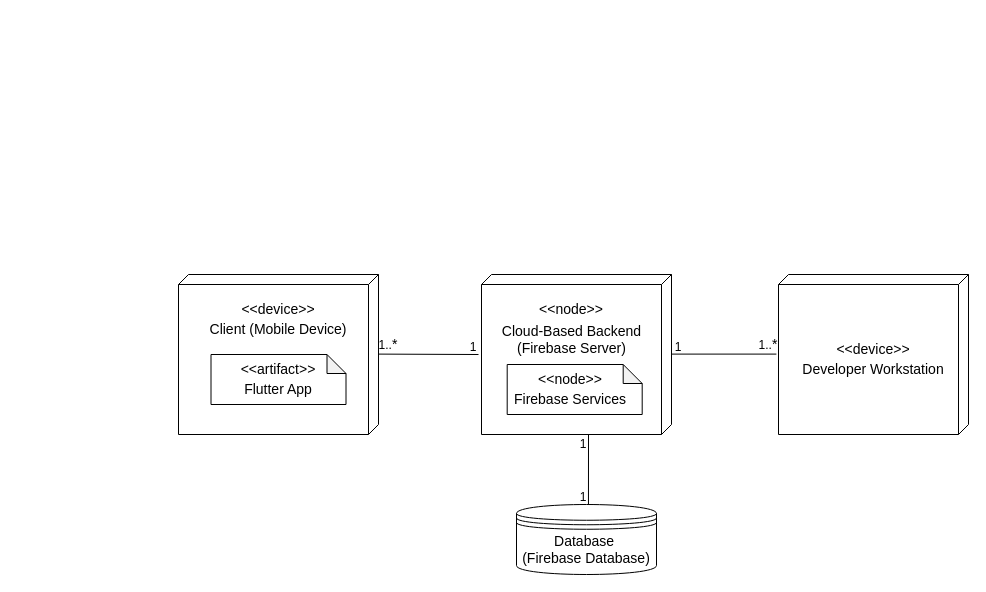
Above: docs/deploymentDiagram.drawio in TM-1-3/LearnVironment (draw.io), before the change. Source tidied: cells renumbered, new cells numbered last; positions are measured from the earlier drawing's top-left corner, leaving out a move shared by most shapes. Both pictures are drawn from the tidied source at 100%, with x=0, y=0 at pixel (178, 274).
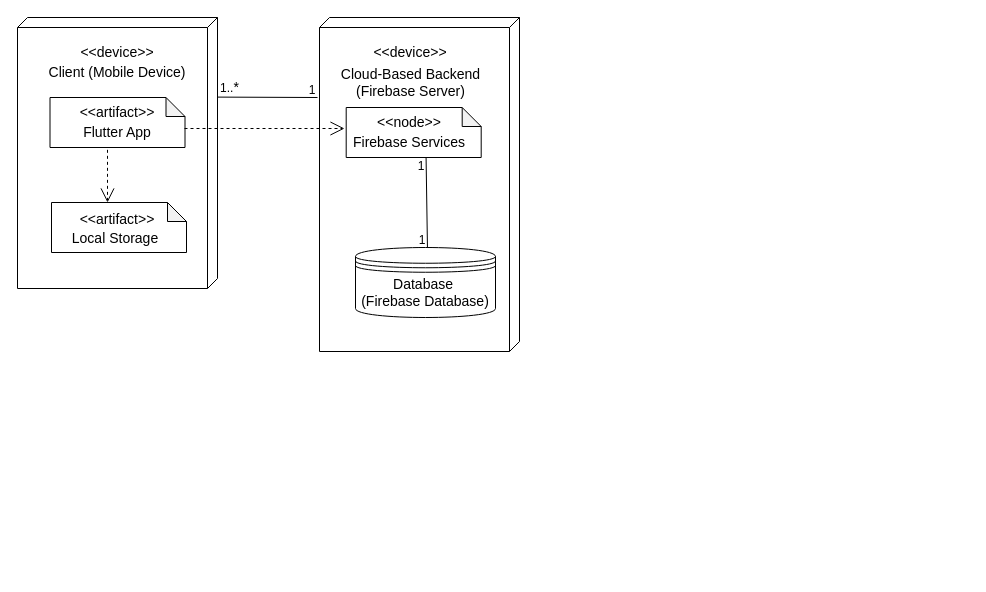
The same page after the edit.

Unchanged cells that the change refers to:
```xml
<mxCell id="9" value="&lt;font style=&quot;font-size: 14px;&quot;&gt;Firebase Services&lt;/font&gt;" style="text;html=1;align=center;verticalAlign=middle;whiteSpace=wrap;rounded=0;" parent="6" vertex="1">
  <mxGeometry y="20" width="140" height="30" as="geometry" />
</mxCell>
<mxCell id="16" value="&lt;font style=&quot;font-size: 14px;&quot;&gt;Flutter App&lt;/font&gt;" style="text;html=1;align=center;verticalAlign=middle;whiteSpace=wrap;rounded=0;" parent="10" vertex="1">
  <mxGeometry x="60" y="100" width="80" height="30" as="geometry" />
</mxCell>
<mxCell id="24" style="shape=datastore;whiteSpace=wrap;html=1;" parent="23" vertex="1">
  <mxGeometry width="140" height="70" as="geometry" />
</mxCell>
```

The edit, as a diff of the source:
```diff
@@
+    <mxCell id="33" style="group;" parent="1" vertex="1">
+      <mxGeometry x="-161" y="-257" width="790" height="334" as="geometry" />
+    </mxCell>
-    <mxCell id="2" style="group;" parent="1" vertex="1">
-      <mxGeometry x="303" width="190" height="160" as="geometry" />
+    <mxCell id="2" style="group;" parent="33" vertex="1">
+      <mxGeometry x="303" width="199" height="334" as="geometry" />
     </mxCell>
     <mxCell id="3" style="verticalAlign=top;align=left;spacingTop=8;spacingLeft=2;spacingRight=12;shape=cube;size=10;direction=south;fontStyle=4;html=1;whiteSpace=wrap;" parent="2" vertex="1">
-      <mxGeometry width="190" height="160" as="geometry" />
+      <mxGeometry x="-1" width="200" height="334" as="geometry" />
     </mxCell>
-    <mxCell id="4" value="&lt;font style=&quot;font-size: 14px;&quot;&gt;&amp;lt;&amp;lt;node&amp;gt;&amp;gt;&lt;/font&gt;" style="text;html=1;align=center;verticalAlign=middle;whiteSpace=wrap;rounded=0;" parent="2" vertex="1">
+    <mxCell id="4" value="&lt;font style=&quot;font-size: 14px;&quot;&gt;&amp;lt;&amp;lt;device&amp;gt;&amp;gt;&lt;/font&gt;" style="text;html=1;align=center;verticalAlign=middle;whiteSpace=wrap;rounded=0;" parent="2" vertex="1">
       <mxGeometry x="60" y="20" width="60" height="30" as="geometry" />
     </mxCell>
@@
+    <mxCell id="29" value="1" style="text;html=1;align=center;verticalAlign=middle;whiteSpace=wrap;rounded=0;" parent="2" vertex="1">
+      <mxGeometry x="86" y="139" width="30" height="20" as="geometry" />
+    </mxCell>
-    <mxCell id="10" style="group;" parent="1" vertex="1">
-      <mxGeometry width="200" height="160" as="geometry" />
+    <mxCell id="10" style="group;" parent="33" vertex="1">
+      <mxGeometry width="200" height="271" as="geometry" />
     </mxCell>
     <mxCell id="11" style="verticalAlign=top;align=left;spacingTop=8;spacingLeft=2;spacingRight=12;shape=cube;size=10;direction=south;fontStyle=4;html=1;whiteSpace=wrap;" parent="10" vertex="1">
-      <mxGeometry width="200" height="160" as="geometry" />
+      <mxGeometry width="200" height="271" as="geometry" />
     </mxCell>
@@
-    <mxCell id="17" style="group;" parent="1" vertex="1">
-      <mxGeometry x="600" width="190" height="160" as="geometry" />
-    </mxCell>
-    <mxCell id="18" style="verticalAlign=top;align=left;spacingTop=8;spacingLeft=2;spacingRight=12;shape=cube;size=10;direction=south;fontStyle=4;html=1;whiteSpace=wrap;" parent="17" vertex="1">
-      <mxGeometry width="190" height="160" as="geometry" />
-    </mxCell>
-    <mxCell id="19" value="&lt;font style=&quot;font-size: 14px;&quot;&gt;&amp;lt;&amp;lt;device&amp;gt;&amp;gt;&lt;/font&gt;" style="text;html=1;align=center;verticalAlign=middle;whiteSpace=wrap;rounded=0;" parent="17" vertex="1">
-      <mxGeometry x="65" y="60" width="60" height="30" as="geometry" />
-    </mxCell>
-    <mxCell id="20" value="&lt;span style=&quot;font-size: 14px;&quot;&gt;Developer Workstation&lt;/span&gt;" style="text;html=1;align=center;verticalAlign=middle;whiteSpace=wrap;rounded=0;" parent="17" vertex="1">
-      <mxGeometry x="19.1" y="80" width="151.8" height="30" as="geometry" />
-    </mxCell>
+    <mxCell id="34" style="shape=note;whiteSpace=wrap;html=1;backgroundOutline=1;darkOpacity=0.05;size=19;" parent="10" vertex="1">
+      <mxGeometry x="34" y="185" width="135" height="50" as="geometry" />
+    </mxCell>
+    <mxCell id="35" value="&lt;font style=&quot;font-size: 14px;&quot;&gt;&amp;lt;&amp;lt;artifact&amp;gt;&amp;gt;&lt;/font&gt;" style="text;html=1;align=center;verticalAlign=middle;whiteSpace=wrap;rounded=0;" parent="10" vertex="1">
+      <mxGeometry x="60" y="187" width="80" height="30" as="geometry" />
+    </mxCell>
+    <mxCell id="36" value="&lt;span style=&quot;font-size: 14px;&quot;&gt;Local Storage&lt;/span&gt;" style="text;html=1;align=center;verticalAlign=middle;whiteSpace=wrap;rounded=0;" parent="10" vertex="1">
+      <mxGeometry x="52" y="206" width="92" height="30" as="geometry" />
+    </mxCell>
+    <mxCell id="37" style="endArrow=open;endSize=12;dashed=1;html=1;rounded=0;exitX=0.375;exitY=1.078;exitDx=0;exitDy=0;exitPerimeter=0;entryX=0.375;entryY=-0.067;entryDx=0;entryDy=0;entryPerimeter=0;" parent="10" edge="1" source="16" target="35">
+      <mxGeometry relative="1" as="geometry" />
+    </mxCell>
-    <mxCell id="21" style="endArrow=none;html=1;rounded=0;entryX=0;entryY=0;entryDx=75;entryDy=0;entryPerimeter=0;" parent="1" edge="1">
+    <mxCell id="21" style="endArrow=none;html=1;rounded=0;entryX=0;entryY=0;entryDx=75;entryDy=0;entryPerimeter=0;" parent="33" edge="1">
       <mxGeometry relative="1" as="geometry">
         <mxPoint x="300" y="80" as="sourcePoint" />
         <mxPoint x="200" y="79.6" as="targetPoint" />
       </mxGeometry>
     </mxCell>
-    <mxCell id="22" style="endArrow=none;html=1;rounded=0;entryX=0.406;entryY=1;entryDx=0;entryDy=0;entryPerimeter=0;exitX=0.406;exitY=-0.011;exitDx=0;exitDy=0;exitPerimeter=0;" parent="1" edge="1">
-      <mxGeometry relative="1" as="geometry">
-        <mxPoint x="493" y="79.6" as="sourcePoint" />
-        <mxPoint x="597.9" y="79.6" as="targetPoint" />
-      </mxGeometry>
-    </mxCell>
-    <mxCell id="23" style="group;" parent="1" vertex="1">
+    <mxCell id="23" style="group;" parent="33" vertex="1">
       <mxGeometry x="338" y="230" width="170" height="70" as="geometry" />
     </mxCell>
@@
-    <mxCell id="26" style="endArrow=none;html=1;rounded=0;exitX=0.514;exitY=0;exitDx=0;exitDy=0;exitPerimeter=0;" parent="1" edge="1" source="24">
-      <mxGeometry relative="1" as="geometry">
-        <mxPoint x="410" y="160" as="targetPoint" />
-      </mxGeometry>
+    <mxCell id="26" style="endArrow=none;html=1;rounded=0;exitX=0.514;exitY=0;exitDx=0;exitDy=0;exitPerimeter=0;entryX=0.617;entryY=1.01;entryDx=0;entryDy=0;entryPerimeter=0;" parent="33" edge="1" source="24" target="9">
+      <mxGeometry relative="1" as="geometry" />
     </mxCell>
-    <mxCell id="27" value="1" style="text;html=1;align=center;verticalAlign=middle;whiteSpace=wrap;rounded=0;" parent="1" vertex="1">
+    <mxCell id="27" value="1" style="text;html=1;align=center;verticalAlign=middle;whiteSpace=wrap;rounded=0;" parent="33" vertex="1">
       <mxGeometry x="280" y="60" width="30" height="25" as="geometry" />
     </mxCell>
-    <mxCell id="28" value="1..&lt;font style=&quot;font-size: 14px;&quot;&gt;*&lt;/font&gt;" style="text;html=1;align=center;verticalAlign=middle;whiteSpace=wrap;rounded=0;" parent="1" vertex="1">
-      <mxGeometry x="200" y="60" width="20" height="20" as="geometry" />
+    <mxCell id="28" value="1..&lt;font style=&quot;font-size: 14px;&quot;&gt;*&lt;/font&gt;" style="text;html=1;align=center;verticalAlign=middle;whiteSpace=wrap;rounded=0;" parent="33" vertex="1">
+      <mxGeometry x="205" y="60" width="15" height="20" as="geometry" />
     </mxCell>
-    <mxCell id="29" value="1" style="text;html=1;align=center;verticalAlign=middle;whiteSpace=wrap;rounded=0;" parent="1" vertex="1">
-      <mxGeometry x="390" y="160" width="30" height="20" as="geometry" />
-    </mxCell>
-    <mxCell id="30" value="1" style="text;html=1;align=center;verticalAlign=middle;whiteSpace=wrap;rounded=0;" parent="1" vertex="1">
+    <mxCell id="30" value="1" style="text;html=1;align=center;verticalAlign=middle;whiteSpace=wrap;rounded=0;" parent="33" vertex="1">
       <mxGeometry x="390" y="210" width="30" height="25" as="geometry" />
     </mxCell>
-    <mxCell id="31" value="1" style="text;html=1;align=center;verticalAlign=middle;whiteSpace=wrap;rounded=0;" parent="1" vertex="1">
-      <mxGeometry x="490" y="60" width="20" height="25" as="geometry" />
-    </mxCell>
-    <mxCell id="32" value="1..&lt;font style=&quot;font-size: 14px;&quot;&gt;*&lt;/font&gt;" style="text;html=1;align=center;verticalAlign=middle;whiteSpace=wrap;rounded=0;" parent="1" vertex="1">
-      <mxGeometry x="580" y="60" width="20" height="20" as="geometry" />
-    </mxCell>
+    <mxCell id="38" style="endArrow=open;endSize=12;dashed=1;html=1;rounded=0;" parent="33" edge="1">
+      <mxGeometry relative="1" as="geometry">
+        <mxPoint x="167" y="111" as="sourcePoint" />
+        <mxPoint x="327" y="111" as="targetPoint" />
+      </mxGeometry>
+    </mxCell>
```
